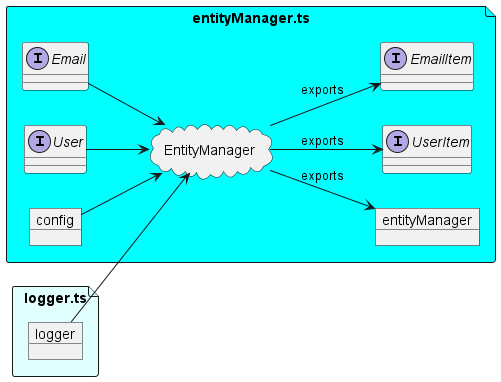
This is assets/entityManager.png from karmaniverous/entity-manager-demo, a PlantUML export, as it was before one commit.
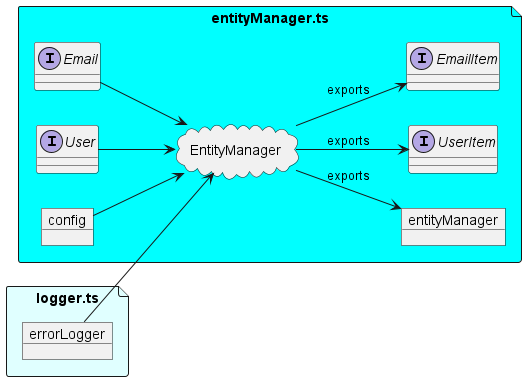
After the commit.

Change to the diagram source:
```diff
@@ -5,7 +5,7 @@
 left to right direction
 
 file "logger.ts" as loggerTs #LightCyan {
-    object logger
+    object errorLogger
 }
 
 file "entityManager.ts" as entityManagerTs #Cyan {
@@ -17,7 +17,7 @@
     Email --> EntityManager
     User --> EntityManager
     config --> EntityManager
-    logger --> EntityManager
+    errorLogger --> EntityManager
 
     interface EmailItem
     interface UserItem
```
